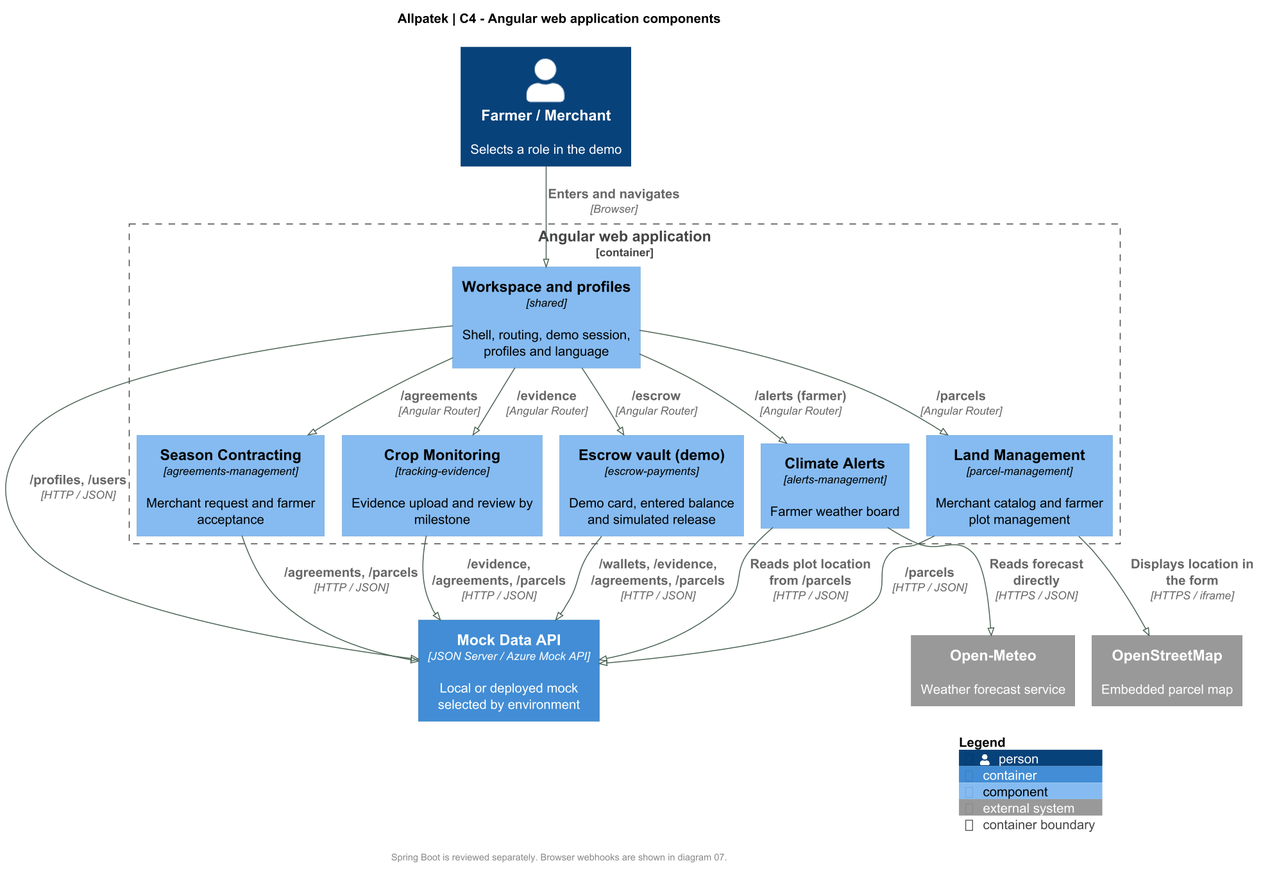
Earlier version of the PlantUML export assets/chapter-04/architecture/05-web-components.png (upc-pre-202620-1asi0729-7753-Terranova/allpatek-report). The source it was exported from:
```plantuml
@startuml
!pragma layout smetana
!include <C4/C4_Component>
skinparam backgroundColor white
skinparam defaultFontName SansSerif
skinparam defaultFontSize 14
skinparam shadowing false
skinparam ArrowColor #476050
skinparam dpi 140
title Allpatek | C4 - Angular web application components

LAYOUT_TOP_DOWN()
Person(user, "Farmer / Merchant", "Selects a role in the demo")

Container_Boundary(web, "Angular web application") {
  Component(shared, "Workspace and profiles", "shared", "Shell, routing, demo session, profiles and language")
  Component(parcels, "Land Management", "parcel-management", "Merchant catalog and farmer plot management")
  Component(agreements, "Season Contracting", "agreements-management", "Merchant request and farmer acceptance")
  Component(evidence, "Crop Monitoring", "tracking-evidence", "Evidence upload and review by milestone")
  Component(escrow, "Escrow vault (demo)", "escrow-payments", "Demo card, entered balance and simulated release")
  Component(alerts, "Climate Alerts", "alerts-management", "Farmer weather board")
}

Container(mock, "Mock Data API", "JSON Server / Azure Mock API", "Local or deployed mock selected by environment")
System_Ext(weather, "Open-Meteo", "Weather forecast service")
System_Ext(maps, "OpenStreetMap", "Embedded parcel map")

Rel(user, shared, "Enters and navigates", "Browser")
Rel(shared, parcels, "/parcels", "Angular Router")
Rel(shared, agreements, "/agreements", "Angular Router")
Rel(shared, evidence, "/evidence", "Angular Router")
Rel(shared, escrow, "/escrow", "Angular Router")
Rel(shared, alerts, "/alerts (farmer)", "Angular Router")
Rel(shared, mock, "/profiles, /users", "HTTP / JSON")
Rel(parcels, mock, "/parcels", "HTTP / JSON")
Rel(parcels, maps, "Displays location in the form", "HTTPS / iframe")
Rel(agreements, mock, "/agreements, /parcels", "HTTP / JSON")
Rel(evidence, mock, "/evidence, /agreements, /parcels", "HTTP / JSON")
Rel(escrow, mock, "/wallets, /evidence, /agreements, /parcels", "HTTP / JSON")
Rel(alerts, mock, "Reads plot location from /parcels", "HTTP / JSON")
Rel(alerts, weather, "Reads forecast directly", "HTTPS / JSON")

footer Spring Boot is reviewed separately. Browser webhooks are shown in diagram 07.
SHOW_LEGEND()
@enduml
```
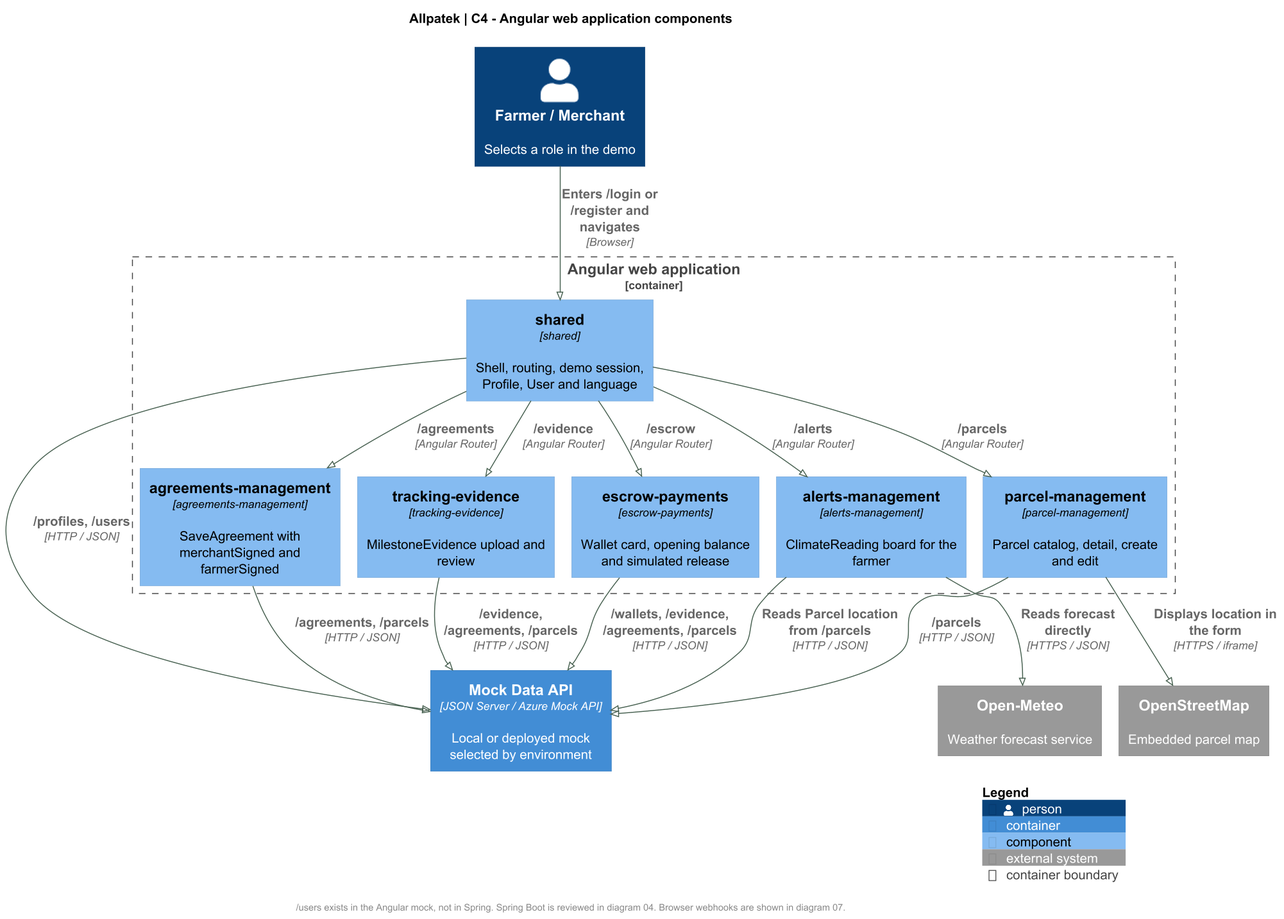
The same diagram one commit later.

Commit message:
docs(architecture): map Angular C4 components to module folders

Change to the diagram source:
```diff
@@ -13,33 +13,33 @@
 Person(user, "Farmer / Merchant", "Selects a role in the demo")
 
 Container_Boundary(web, "Angular web application") {
-  Component(shared, "Workspace and profiles", "shared", "Shell, routing, demo session, profiles and language")
-  Component(parcels, "Land Management", "parcel-management", "Merchant catalog and farmer plot management")
-  Component(agreements, "Season Contracting", "agreements-management", "Merchant request and farmer acceptance")
-  Component(evidence, "Crop Monitoring", "tracking-evidence", "Evidence upload and review by milestone")
-  Component(escrow, "Escrow vault (demo)", "escrow-payments", "Demo card, entered balance and simulated release")
-  Component(alerts, "Climate Alerts", "alerts-management", "Farmer weather board")
+  Component(shared, "shared", "shared", "Shell, routing, demo session, Profile, User and language")
+  Component(parcels, "parcel-management", "parcel-management", "Parcel catalog, detail, create and edit")
+  Component(agreements, "agreements-management", "agreements-management", "SaveAgreement with merchantSigned and farmerSigned")
+  Component(evidence, "tracking-evidence", "tracking-evidence", "MilestoneEvidence upload and review")
+  Component(escrow, "escrow-payments", "escrow-payments", "Wallet card, opening balance and simulated release")
+  Component(alerts, "alerts-management", "alerts-management", "ClimateReading board for the farmer")
 }
 
 Container(mock, "Mock Data API", "JSON Server / Azure Mock API", "Local or deployed mock selected by environment")
 System_Ext(weather, "Open-Meteo", "Weather forecast service")
 System_Ext(maps, "OpenStreetMap", "Embedded parcel map")
 
-Rel(user, shared, "Enters and navigates", "Browser")
+Rel(user, shared, "Enters /login or /register and navigates", "Browser")
 Rel(shared, parcels, "/parcels", "Angular Router")
 Rel(shared, agreements, "/agreements", "Angular Router")
 Rel(shared, evidence, "/evidence", "Angular Router")
 Rel(shared, escrow, "/escrow", "Angular Router")
-Rel(shared, alerts, "/alerts (farmer)", "Angular Router")
+Rel(shared, alerts, "/alerts", "Angular Router")
 Rel(shared, mock, "/profiles, /users", "HTTP / JSON")
 Rel(parcels, mock, "/parcels", "HTTP / JSON")
 Rel(parcels, maps, "Displays location in the form", "HTTPS / iframe")
 Rel(agreements, mock, "/agreements, /parcels", "HTTP / JSON")
 Rel(evidence, mock, "/evidence, /agreements, /parcels", "HTTP / JSON")
 Rel(escrow, mock, "/wallets, /evidence, /agreements, /parcels", "HTTP / JSON")
-Rel(alerts, mock, "Reads plot location from /parcels", "HTTP / JSON")
+Rel(alerts, mock, "Reads Parcel location from /parcels", "HTTP / JSON")
 Rel(alerts, weather, "Reads forecast directly", "HTTPS / JSON")
 
-footer Spring Boot is reviewed separately. Browser webhooks are shown in diagram 07.
+footer /users exists in the Angular mock, not in Spring. Spring Boot is reviewed in diagram 04. Browser webhooks are shown in diagram 07.
 SHOW_LEGEND()
 @enduml
```
